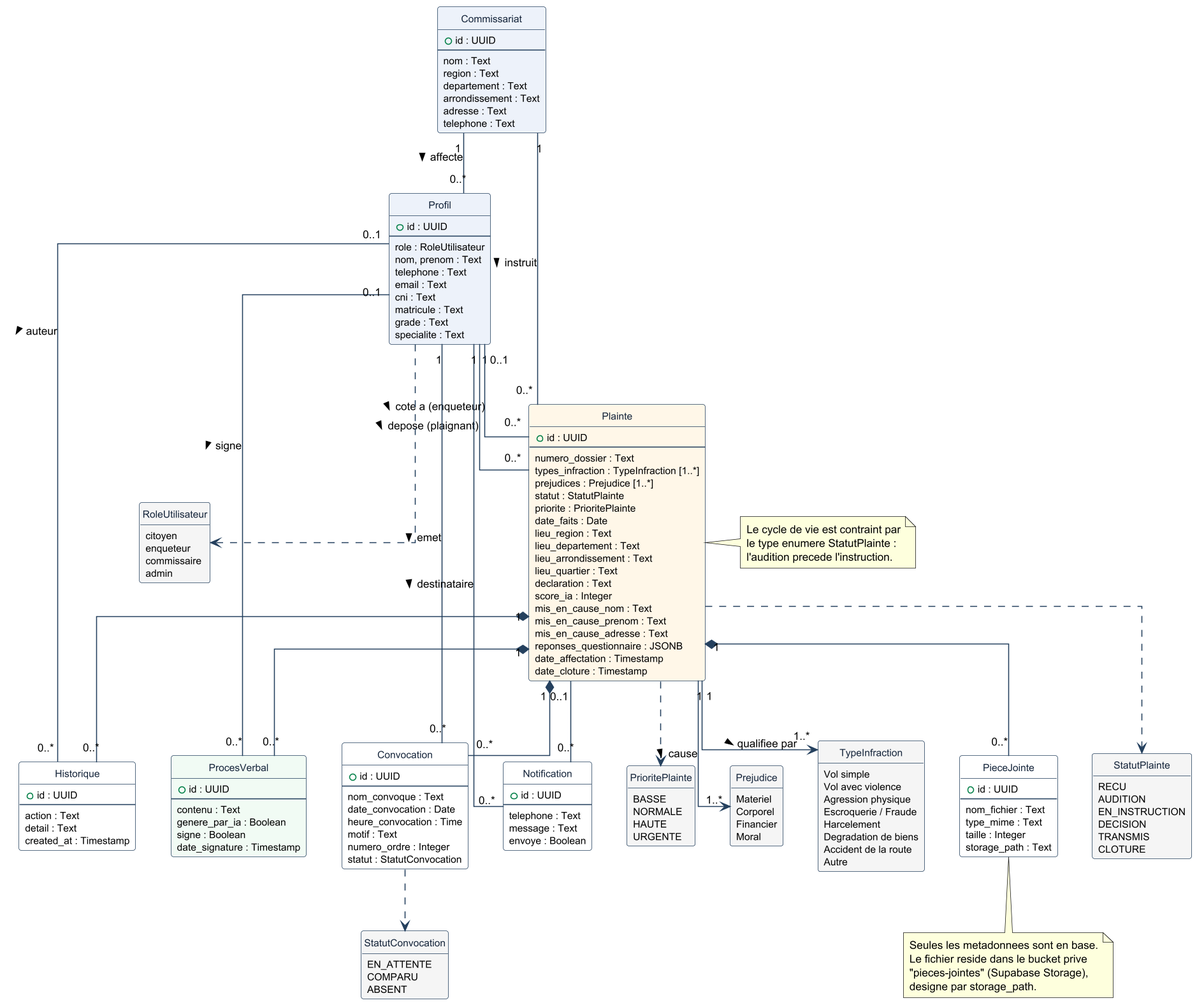
Before: diagrammes/classe.png, a diagram exported from PlantUML (NodemBorel/memoire-m2).
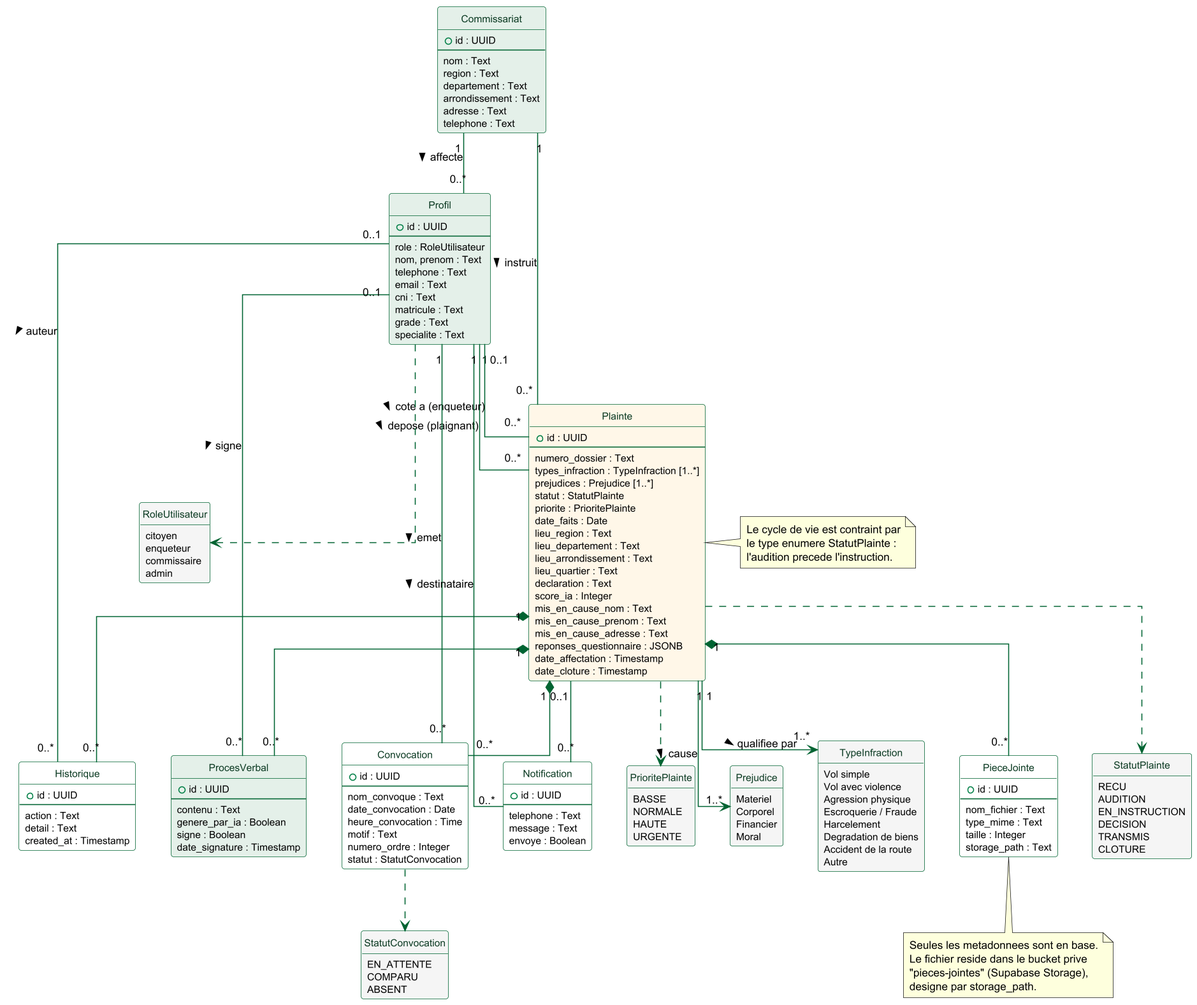
The same file after the commit.

Change to the diagram source:
```diff
@@ -6,18 +6,18 @@
 skinparam defaultFontName Helvetica
 skinparam defaultFontSize 11
 skinparam linetype ortho
-skinparam ArrowColor #24405E
+skinparam ArrowColor #006432
 
 skinparam class {
-  BorderColor #24405E
+  BorderColor #006432
   BackgroundColor #FFFFFF
-  FontColor #14243A
+  FontColor #0B3A22
   AttributeFontSize 10
 }
 hide methods
 hide circle
 
-class Commissariat #EDF2FA {
+class Commissariat #E4F0E9 {
   + id : UUID
   --
   nom : Text
@@ -28,7 +28,7 @@
   telephone : Text
 }
 
-class Profil #EDF2FA {
+class Profil #E4F0E9 {
   + id : UUID
   --
   role : RoleUtilisateur
@@ -80,7 +80,7 @@
   designe par storage_path.
 end note
 
-class ProcesVerbal #F1FBF4 {
+class ProcesVerbal #E4F0E9 {
   + id : UUID
   --
   contenu : Text
```
